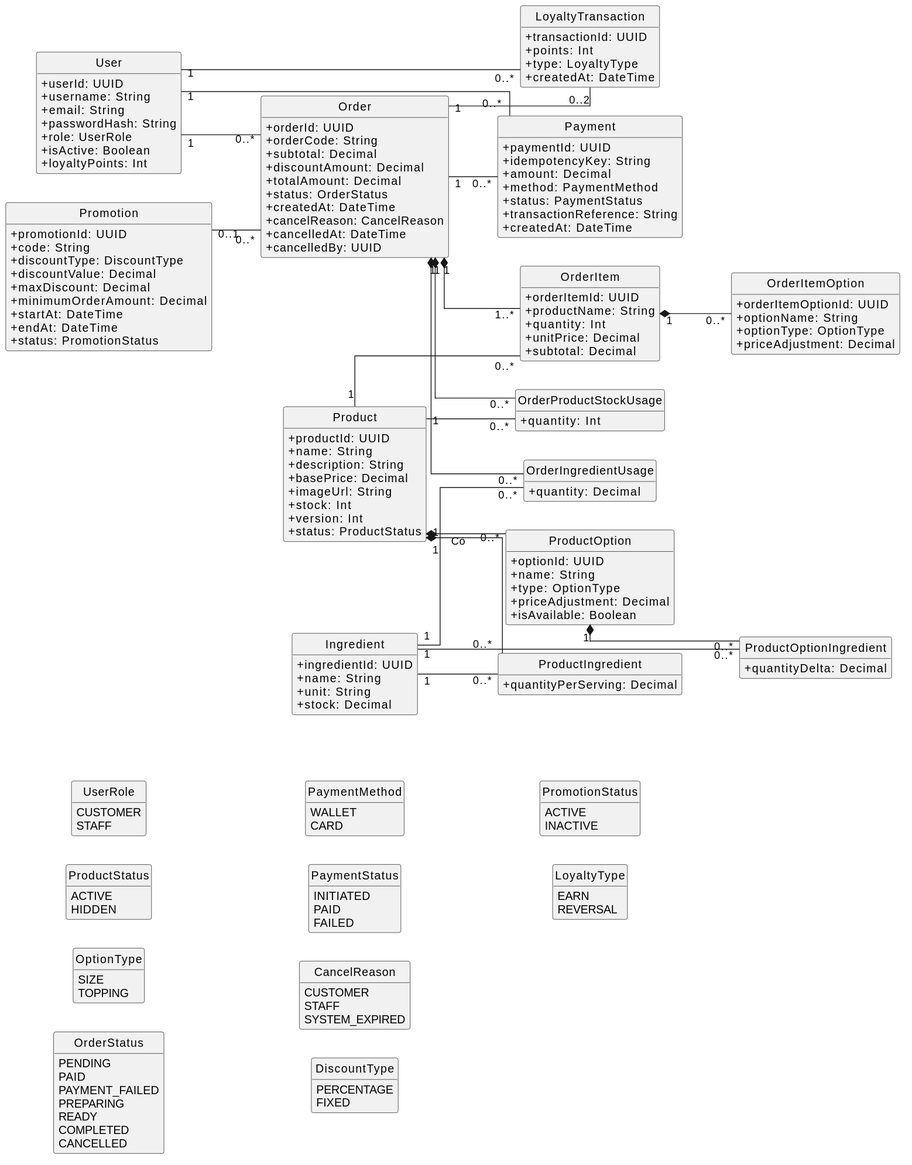
This is docs/diagrams/class-diagram.svg from StarH6/brewlite_as2, a PlantUML export, as it was before one commit. Source of this version:
```plantuml
@startuml
left to right direction
skinparam classAttributeIconSize 0
skinparam linetype ortho
hide methods
hide circle

    class User {
        +userId: UUID
        +username: String
        +email: String
        +passwordHash: String
        +role: UserRole
        +isActive: Boolean
        +loyaltyPoints: Int
    }

    class LoyaltyTransaction {
        +transactionId: UUID
        +points: Int
        +type: LoyaltyType
        +createdAt: DateTime
    }


    class Product {
        +productId: UUID
        +name: String
        +description: String
        +basePrice: Decimal
        +imageUrl: String
        +stock: Int
        +version: Int
        +status: ProductStatus
    }

    class ProductOption {
        +optionId: UUID
        +name: String
        +type: OptionType
        +priceAdjustment: Decimal
        +isAvailable: Boolean
    }

    class Ingredient {
        +ingredientId: UUID
        +name: String
        +unit: String
        +stock: Decimal
    }

    class ProductIngredient {
        +quantityPerServing: Decimal
    }

    class ProductOptionIngredient {
        +quantityDelta: Decimal
    }



    class Order {
        +orderId: UUID
        +orderCode: String
        +subtotal: Decimal
        +discountAmount: Decimal
        +totalAmount: Decimal
        +status: OrderStatus
        +createdAt: DateTime
        +cancelReason: CancelReason
        +cancelledAt: DateTime
        +cancelledBy: UUID
    }

    class OrderItem {
        +orderItemId: UUID
        +productName: String
        +quantity: Int
        +unitPrice: Decimal
        +subtotal: Decimal
    }

    class OrderItemOption {
        +orderItemOptionId: UUID
        +optionName: String
        +optionType: OptionType
        +priceAdjustment: Decimal
    }

    class OrderIngredientUsage {
        +quantity: Decimal
    }

    class OrderProductStockUsage {
        +quantity: Int
    }


    class Payment {
        +paymentId: UUID
        +idempotencyKey: String
        +amount: Decimal
        +method: PaymentMethod
        +status: PaymentStatus
        +transactionReference: String
        +createdAt: DateTime
    }

    class Promotion {
        +promotionId: UUID
        +code: String
        +discountType: DiscountType
        +discountValue: Decimal
        +maxDiscount: Decimal
        +minimumOrderAmount: Decimal
        +startAt: DateTime
        +endAt: DateTime
        +status: PromotionStatus
    }


    enum UserRole {
        CUSTOMER
        STAFF
    }

    enum ProductStatus {
        ACTIVE
        HIDDEN
    }

    enum OptionType {
        SIZE
        TOPPING
    }

    enum OrderStatus {
        PENDING
        PAID
        PAYMENT_FAILED
        PREPARING
        READY
        COMPLETED
        CANCELLED
    }

    enum PaymentMethod {
        WALLET
        CARD
    }

    enum PaymentStatus {
        INITIATED
        PAID
        FAILED
    }

    enum CancelReason {
        CUSTOMER
        STAFF
        SYSTEM_EXPIRED
    }

    enum DiscountType {
        PERCENTAGE
        FIXED
    }

    enum PromotionStatus {
        ACTIVE
        INACTIVE
    }

    enum LoyaltyType {
        EARN
        REVERSAL
    }


User "1" -- "0..*" Order
User "1" -- "0..*" Payment
User "1" -- "0..*" LoyaltyTransaction

Product "1" *-- "0..*" ProductOption : Có
Product "1" -- "0..*" OrderItem
Product "1" *-- "0..*" ProductIngredient
Ingredient "1" -- "0..*" ProductIngredient

ProductOption "1" *-- "0..*" ProductOptionIngredient
Ingredient "1" -- "0..*" ProductOptionIngredient

Order "1" *-- "1..*" OrderItem
OrderItem "1" *-- "0..*" OrderItemOption

Order "1" -- "0..*" Payment
Order "1" -- "0..2" LoyaltyTransaction
Promotion "0..1" -- "0..*" Order

Order "1" *-- "0..*" OrderIngredientUsage
Ingredient "1" -- "0..*" OrderIngredientUsage

Order "1" *-- "0..*" OrderProductStockUsage
Product "1" -- "0..*" OrderProductStockUsage
@enduml
```
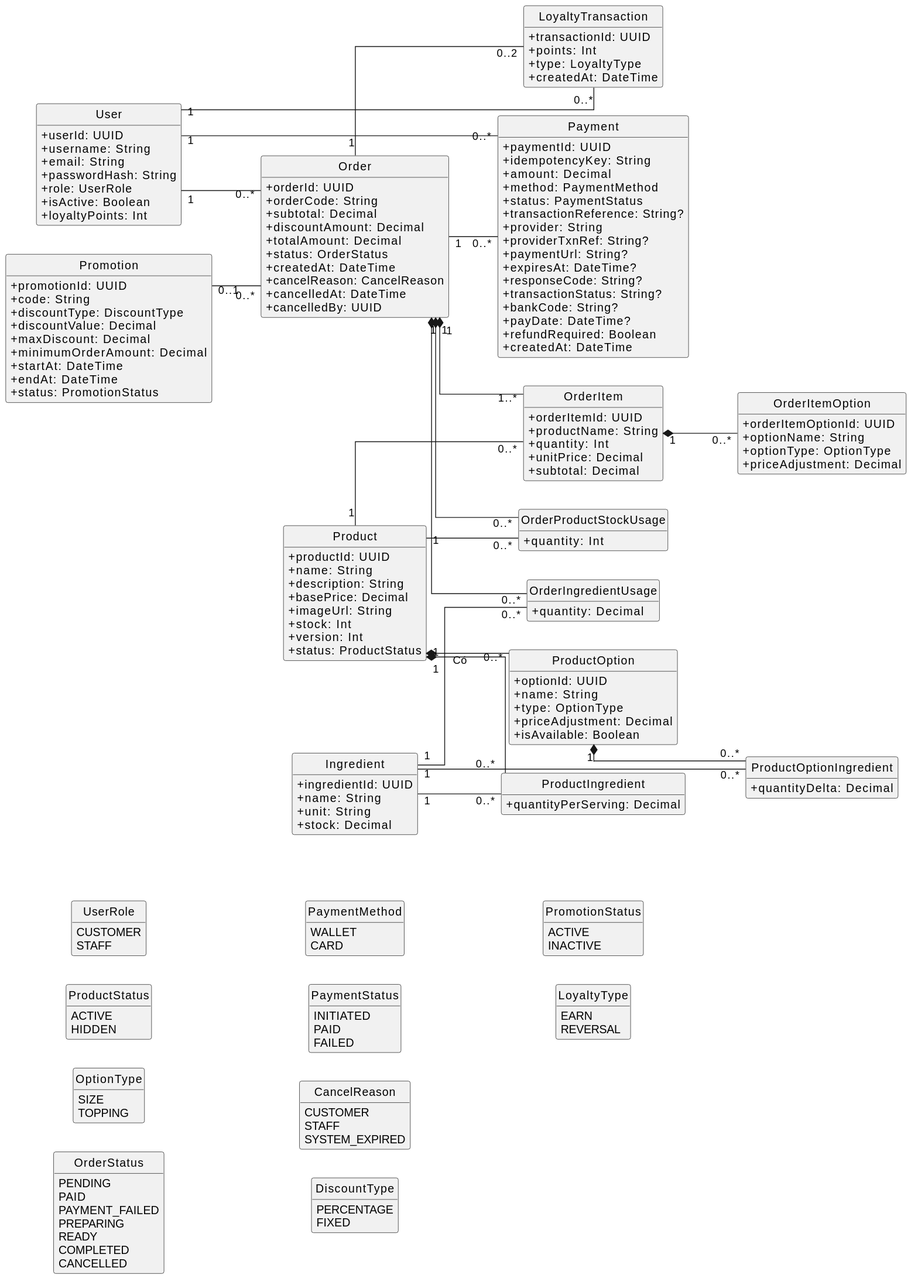
The same file after the commit.

Commit message:
docs(class-diagram): Chỉnh sửa class diagram sau khi thêm cổng VNPay Sandbox

What changed in the source:
```diff
@@ -102,7 +102,16 @@
         +amount: Decimal
         +method: PaymentMethod
         +status: PaymentStatus
-        +transactionReference: String
+        +transactionReference: String?
+        +provider: String
+        +providerTxnRef: String?
+        +paymentUrl: String?
+        +expiresAt: DateTime?
+        +responseCode: String?
+        +transactionStatus: String?
+        +bankCode: String?
+        +payDate: DateTime?
+        +refundRequired: Boolean
         +createdAt: DateTime
     }
 
```
